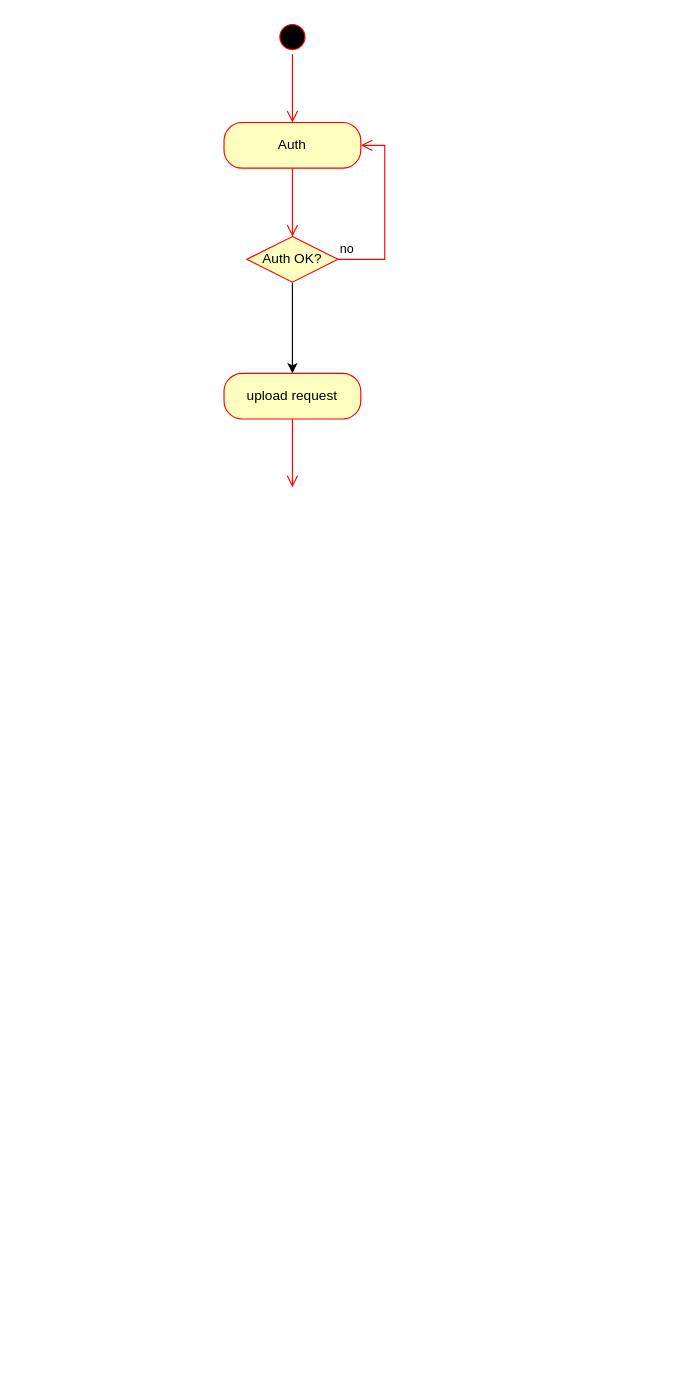
This is page "Загрузка" (3 of 3) of DA-API.drawio from ansamoylenko/da-api, a draw.io file, before an edit. Source tidied: cells renumbered, new cells numbered last; positions are measured from the earlier drawing's top-left corner, leaving out a move shared by most shapes. Both pictures are drawn from the tidied source at 114%, with x=0, y=0 at pixel (223, 19).
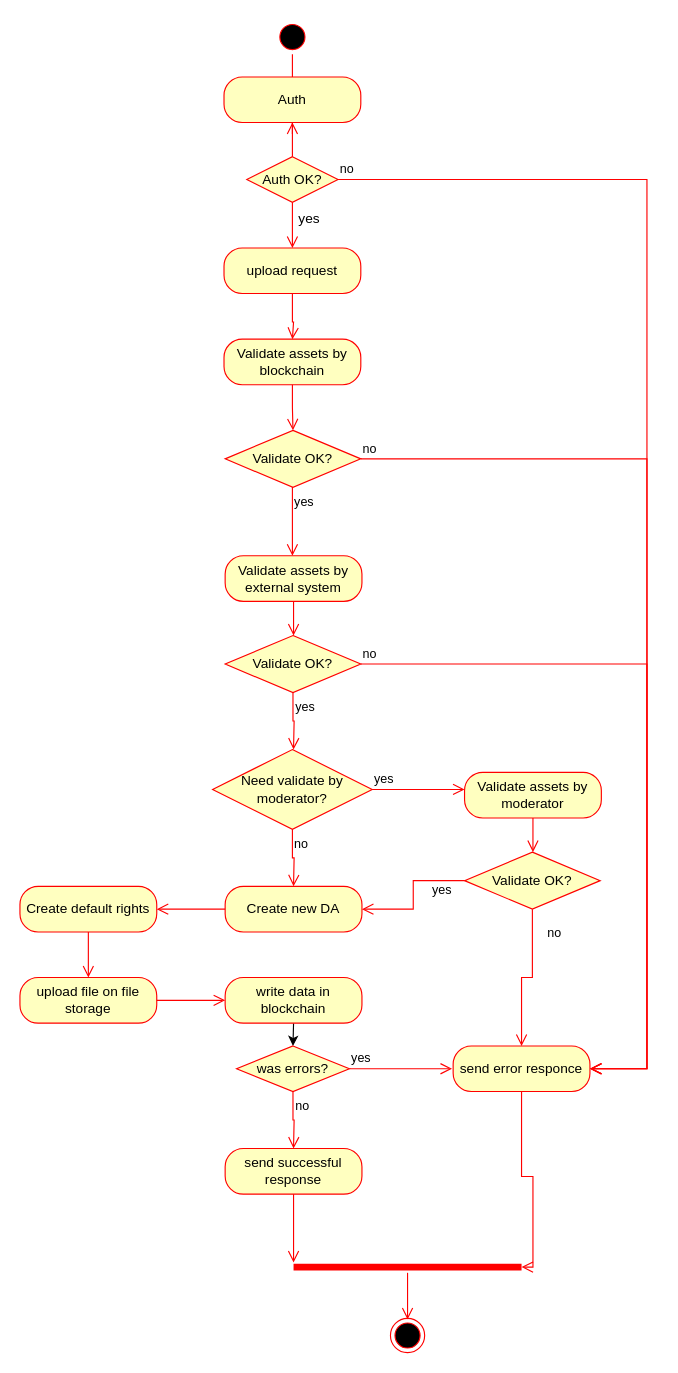
Above is the later version.

Unchanged cells that the change refers to:
```xml
<mxCell id="2" style="ellipse;html=1;shape=startState;fillColor=#000000;strokeColor=#ff0000;" parent="1" vertex="1">
  <mxGeometry x="45" width="30" height="30" as="geometry" />
</mxCell>
```

Change to the diagram source:
```diff
@@
-    <mxCell id="3" style="edgeStyle=orthogonalEdgeStyle;html=1;verticalAlign=bottom;endArrow=open;endSize=8;strokeColor=#ff0000;rounded=0;" parent="1" edge="1" source="2">
+    <mxCell id="3" style="edgeStyle=orthogonalEdgeStyle;html=1;verticalAlign=bottom;endArrow=open;endSize=8;strokeColor=#ff0000;rounded=0;startArrow=none;" parent="1" edge="1" source="4">
       <mxGeometry relative="1" as="geometry">
         <mxPoint x="60" y="90" as="targetPoint" />
       </mxGeometry>
     </mxCell>
-    <mxCell id="4" value="Auth" style="rounded=1;whiteSpace=wrap;html=1;arcSize=40;fontColor=#000000;fillColor=#ffffc0;strokeColor=#ff0000;" parent="1" vertex="1">
-      <mxGeometry y="90" width="120" height="40" as="geometry" />
-    </mxCell>
-    <mxCell id="5" style="edgeStyle=orthogonalEdgeStyle;html=1;verticalAlign=bottom;endArrow=open;endSize=8;strokeColor=#ff0000;rounded=0;" parent="1" edge="1" source="4">
-      <mxGeometry relative="1" as="geometry">
-        <mxPoint x="60" y="190" as="targetPoint" />
-      </mxGeometry>
+    <mxCell id="5" style="edgeStyle=orthogonalEdgeStyle;html=1;verticalAlign=bottom;endArrow=open;endSize=8;strokeColor=#ff0000;rounded=0;startArrow=none;entryX=0.5;entryY=0;entryDx=0;entryDy=0;" parent="1" edge="1" source="7" target="9">
+      <mxGeometry relative="1" as="geometry" />
     </mxCell>
-    <mxCell id="6" style="edgeStyle=orthogonalEdgeStyle;rounded=0;jettySize=auto;html=1;entryX=0.5;entryY=0;entryDx=0;entryDy=0;" parent="1" edge="1" source="7" target="9">
-      <mxGeometry relative="1" as="geometry" />
-    </mxCell>
-    <mxCell id="7" value="Auth OK?" style="rhombus;whiteSpace=wrap;html=1;fillColor=#ffffc0;strokeColor=#ff0000;" parent="1" vertex="1">
-      <mxGeometry x="20" y="190" width="80" height="40" as="geometry" />
-    </mxCell>
-    <mxCell id="8" value="no" style="edgeStyle=orthogonalEdgeStyle;html=1;align=left;verticalAlign=bottom;endArrow=open;endSize=8;strokeColor=#ff0000;rounded=0;entryX=1;entryY=0.5;entryDx=0;entryDy=0;" parent="1" edge="1" source="7" target="4">
+    <mxCell id="8" value="no" style="edgeStyle=orthogonalEdgeStyle;html=1;align=left;verticalAlign=bottom;endArrow=open;endSize=8;strokeColor=#ff0000;rounded=0;entryX=1;entryY=0.5;entryDx=0;entryDy=0;" parent="1" edge="1" source="7" target="45">
       <mxGeometry x="-1" relative="1" as="geometry">
         <Array as="points">
-          <mxPoint x="141" y="210" />
-          <mxPoint x="141" y="110" />
+          <mxPoint x="371" y="140" />
+          <mxPoint x="371" y="920" />
         </Array>
       </mxGeometry>
     </mxCell>
     <mxCell id="9" value="upload request" style="rounded=1;whiteSpace=wrap;html=1;arcSize=40;fontColor=#000000;fillColor=#ffffc0;strokeColor=#ff0000;" parent="1" vertex="1">
-      <mxGeometry y="310" width="120" height="40" as="geometry" />
+      <mxGeometry y="200" width="120" height="40" as="geometry" />
     </mxCell>
-    <mxCell id="10" style="edgeStyle=orthogonalEdgeStyle;html=1;verticalAlign=bottom;endArrow=open;endSize=8;strokeColor=#ff0000;rounded=0;" parent="1" edge="1" source="9">
+    <mxCell id="10" style="edgeStyle=orthogonalEdgeStyle;html=1;verticalAlign=bottom;endArrow=open;endSize=8;strokeColor=#ff0000;rounded=0;entryX=0.5;entryY=0;entryDx=0;entryDy=0;" parent="1" edge="1" source="9" target="17">
       <mxGeometry relative="1" as="geometry">
-        <mxPoint x="60" y="410" as="targetPoint" />
+        <Array as="points">
+          <mxPoint x="60" y="265" />
+          <mxPoint x="61" y="265" />
+        </Array>
       </mxGeometry>
     </mxCell>
+    <mxCell id="4" value="Auth" style="rounded=1;whiteSpace=wrap;html=1;arcSize=40;fontColor=#000000;fillColor=#ffffc0;strokeColor=#ff0000;" parent="1" vertex="1">
+      <mxGeometry y="50" width="120" height="40" as="geometry" />
+    </mxCell>
+    <mxCell id="11" style="edgeStyle=orthogonalEdgeStyle;html=1;verticalAlign=bottom;endArrow=none;endSize=8;strokeColor=#ff0000;rounded=0;" parent="1" edge="1" source="2" target="4">
+      <mxGeometry relative="1" as="geometry" />
+    </mxCell>
+    <mxCell id="7" value="Auth OK?" style="rhombus;whiteSpace=wrap;html=1;fillColor=#ffffc0;strokeColor=#ff0000;" parent="1" vertex="1">
+      <mxGeometry x="20" y="120" width="80" height="40" as="geometry" />
+    </mxCell>
+    <mxCell id="12" style="edgeStyle=orthogonalEdgeStyle;html=1;verticalAlign=bottom;endArrow=none;endSize=8;strokeColor=#ff0000;rounded=0;" parent="1" edge="1" source="4" target="7">
+      <mxGeometry relative="1" as="geometry" />
+    </mxCell>
+    <mxCell id="13" value="&lt;div&gt;yes&lt;/div&gt;" style="text;html=1;strokeColor=none;fillColor=none;align=center;verticalAlign=middle;whiteSpace=wrap;rounded=0;" parent="1" vertex="1">
+      <mxGeometry x="45" y="160" width="60" height="30" as="geometry" />
+    </mxCell>
+    <mxCell id="14" value="Validate OK?" style="rhombus;whiteSpace=wrap;html=1;fillColor=#ffffc0;strokeColor=#ff0000;" parent="1" vertex="1">
+      <mxGeometry x="1" y="360" width="119" height="50" as="geometry" />
+    </mxCell>
+    <mxCell id="15" value="no" style="edgeStyle=orthogonalEdgeStyle;html=1;align=left;verticalAlign=bottom;endArrow=open;endSize=8;strokeColor=#ff0000;rounded=0;entryX=1;entryY=0.5;entryDx=0;entryDy=0;" parent="1" edge="1" source="14" target="45">
+      <mxGeometry x="-1" relative="1" as="geometry">
+        <Array as="points">
+          <mxPoint x="371" y="385" />
+          <mxPoint x="371" y="920" />
+        </Array>
+      </mxGeometry>
+    </mxCell>
+    <mxCell id="16" value="yes" style="edgeStyle=orthogonalEdgeStyle;html=1;align=left;verticalAlign=top;endArrow=open;endSize=8;strokeColor=#ff0000;rounded=0;" parent="1" edge="1" source="14">
+      <mxGeometry x="-1" relative="1" as="geometry">
+        <mxPoint x="60" y="470" as="targetPoint" />
+      </mxGeometry>
+    </mxCell>
+    <mxCell id="17" value="Validate assets by blockchain" style="rounded=1;whiteSpace=wrap;html=1;arcSize=40;fontColor=#000000;fillColor=#ffffc0;strokeColor=#ff0000;" parent="1" vertex="1">
+      <mxGeometry y="280" width="120" height="40" as="geometry" />
+    </mxCell>
+    <mxCell id="18" style="edgeStyle=orthogonalEdgeStyle;html=1;verticalAlign=bottom;endArrow=open;endSize=8;strokeColor=#ff0000;rounded=0;" parent="1" edge="1" source="17" target="14">
+      <mxGeometry relative="1" as="geometry" />
+    </mxCell>
+    <mxCell id="19" value="Validate assets by external system" style="rounded=1;whiteSpace=wrap;html=1;arcSize=40;fontColor=#000000;fillColor=#ffffc0;strokeColor=#ff0000;" parent="1" vertex="1">
+      <mxGeometry x="1" y="470" width="120" height="40" as="geometry" />
+    </mxCell>
+    <mxCell id="20" style="edgeStyle=orthogonalEdgeStyle;html=1;verticalAlign=bottom;endArrow=open;endSize=8;strokeColor=#ff0000;rounded=0;" parent="1" edge="1" source="19">
+      <mxGeometry relative="1" as="geometry">
+        <mxPoint x="61" y="540" as="targetPoint" />
+      </mxGeometry>
+    </mxCell>
+    <mxCell id="21" value="Validate OK?" style="rhombus;whiteSpace=wrap;html=1;fillColor=#ffffc0;strokeColor=#ff0000;" parent="1" vertex="1">
+      <mxGeometry x="1" y="540" width="119" height="50" as="geometry" />
+    </mxCell>
+    <mxCell id="22" value="no" style="edgeStyle=orthogonalEdgeStyle;html=1;align=left;verticalAlign=bottom;endArrow=open;endSize=8;strokeColor=#ff0000;rounded=0;entryX=1;entryY=0.5;entryDx=0;entryDy=0;" parent="1" edge="1" source="21" target="45">
+      <mxGeometry x="-1" relative="1" as="geometry">
+        <Array as="points">
+          <mxPoint x="371" y="565" />
+          <mxPoint x="371" y="920" />
+        </Array>
+      </mxGeometry>
+    </mxCell>
+    <mxCell id="23" value="yes" style="edgeStyle=orthogonalEdgeStyle;html=1;align=left;verticalAlign=top;endArrow=open;endSize=8;strokeColor=#ff0000;rounded=0;" parent="1" edge="1" source="21">
+      <mxGeometry x="-1" relative="1" as="geometry">
+        <mxPoint x="61" y="640" as="targetPoint" />
+      </mxGeometry>
+    </mxCell>
+    <mxCell id="24" value="Need validate by moderator?" style="rhombus;whiteSpace=wrap;html=1;fillColor=#ffffc0;strokeColor=#ff0000;" parent="1" vertex="1">
+      <mxGeometry x="-10" y="640" width="140" height="70" as="geometry" />
+    </mxCell>
+    <mxCell id="25" value="yes" style="edgeStyle=orthogonalEdgeStyle;html=1;align=left;verticalAlign=bottom;endArrow=open;endSize=8;strokeColor=#ff0000;rounded=0;" parent="1" edge="1" source="24">
+      <mxGeometry x="-1" relative="1" as="geometry">
+        <mxPoint x="211" y="675" as="targetPoint" />
+      </mxGeometry>
+    </mxCell>
+    <mxCell id="26" value="no" style="edgeStyle=orthogonalEdgeStyle;html=1;align=left;verticalAlign=top;endArrow=open;endSize=8;strokeColor=#ff0000;rounded=0;" parent="1" edge="1" source="24">
+      <mxGeometry x="-1" relative="1" as="geometry">
+        <mxPoint x="61" y="760" as="targetPoint" />
+      </mxGeometry>
+    </mxCell>
+    <mxCell id="27" value="Validate assets by moderator" style="rounded=1;whiteSpace=wrap;html=1;arcSize=40;fontColor=#000000;fillColor=#ffffc0;strokeColor=#ff0000;" parent="1" vertex="1">
+      <mxGeometry x="211" y="660" width="120" height="40" as="geometry" />
+    </mxCell>
+    <mxCell id="28" style="edgeStyle=orthogonalEdgeStyle;html=1;verticalAlign=bottom;endArrow=open;endSize=8;strokeColor=#ff0000;rounded=0;" parent="1" edge="1" source="27">
+      <mxGeometry relative="1" as="geometry">
+        <mxPoint x="271" y="730" as="targetPoint" />
+      </mxGeometry>
+    </mxCell>
+    <mxCell id="29" value="Validate OK?" style="rhombus;whiteSpace=wrap;html=1;fillColor=#ffffc0;strokeColor=#ff0000;" parent="1" vertex="1">
+      <mxGeometry x="211" y="730" width="119" height="50" as="geometry" />
+    </mxCell>
+    <mxCell id="30" value="no" style="edgeStyle=orthogonalEdgeStyle;html=1;align=left;verticalAlign=bottom;endArrow=open;endSize=8;strokeColor=#ff0000;rounded=0;entryX=0.5;entryY=0;entryDx=0;entryDy=0;" parent="1" edge="1" source="29" target="45">
+      <mxGeometry x="-0.54" y="11" relative="1" as="geometry" />
+    </mxCell>
+    <mxCell id="31" value="yes" style="edgeStyle=orthogonalEdgeStyle;html=1;align=left;verticalAlign=top;endArrow=open;endSize=8;strokeColor=#ff0000;rounded=0;entryX=1;entryY=0.5;entryDx=0;entryDy=0;" parent="1" edge="1" source="29" target="32">
+      <mxGeometry x="-0.48" y="-5" relative="1" as="geometry" />
+    </mxCell>
+    <mxCell id="32" value="Create new DA" style="rounded=1;whiteSpace=wrap;html=1;arcSize=40;fontColor=#000000;fillColor=#ffffc0;strokeColor=#ff0000;" parent="1" vertex="1">
+      <mxGeometry x="1" y="760" width="120" height="40" as="geometry" />
+    </mxCell>
+    <mxCell id="33" style="edgeStyle=orthogonalEdgeStyle;html=1;verticalAlign=bottom;endArrow=open;endSize=8;strokeColor=#ff0000;rounded=0;entryX=1;entryY=0.5;entryDx=0;entryDy=0;" parent="1" edge="1" source="32" target="34">
+      <mxGeometry relative="1" as="geometry" />
+    </mxCell>
+    <mxCell id="34" value="Create default &lt;span class=&quot;VIiyi&quot; lang=&quot;en&quot;&gt;&lt;span class=&quot;JLqJ4b ChMk0b&quot;&gt;&lt;span class=&quot;Q4iAWc&quot;&gt;rights&lt;/span&gt;&lt;/span&gt;&lt;/span&gt;" style="rounded=1;whiteSpace=wrap;html=1;arcSize=40;fontColor=#000000;fillColor=#ffffc0;strokeColor=#ff0000;" parent="1" vertex="1">
+      <mxGeometry x="-179" y="760" width="120" height="40" as="geometry" />
+    </mxCell>
+    <mxCell id="35" style="edgeStyle=orthogonalEdgeStyle;html=1;verticalAlign=bottom;endArrow=open;endSize=8;strokeColor=#ff0000;rounded=0;" parent="1" edge="1" source="34">
+      <mxGeometry relative="1" as="geometry">
+        <mxPoint x="-119" y="840" as="targetPoint" />
+      </mxGeometry>
+    </mxCell>
+    <mxCell id="36" value="upload file on file storage" style="rounded=1;whiteSpace=wrap;html=1;arcSize=40;fontColor=#000000;fillColor=#ffffc0;strokeColor=#ff0000;" parent="1" vertex="1">
+      <mxGeometry x="-179" y="840" width="120" height="40" as="geometry" />
+    </mxCell>
+    <mxCell id="37" style="edgeStyle=orthogonalEdgeStyle;html=1;verticalAlign=bottom;endArrow=open;endSize=8;strokeColor=#ff0000;rounded=0;" parent="1" edge="1" source="36" target="39">
+      <mxGeometry relative="1" as="geometry" />
+    </mxCell>
+    <mxCell id="38" style="edgeStyle=orthogonalEdgeStyle;rounded=0;jettySize=auto;html=1;exitX=0.5;exitY=1;exitDx=0;exitDy=0;entryX=0.5;entryY=0;entryDx=0;entryDy=0;" parent="1" edge="1" source="39" target="40">
+      <mxGeometry relative="1" as="geometry" />
+    </mxCell>
+    <mxCell id="39" value="write data in blockchain" style="rounded=1;whiteSpace=wrap;html=1;arcSize=40;fontColor=#000000;fillColor=#ffffc0;strokeColor=#ff0000;" parent="1" vertex="1">
+      <mxGeometry x="1" y="840" width="120" height="40" as="geometry" />
+    </mxCell>
+    <mxCell id="40" value="was errors?" style="rhombus;whiteSpace=wrap;html=1;fillColor=#ffffc0;strokeColor=#ff0000;" parent="1" vertex="1">
+      <mxGeometry x="11" y="900" width="99" height="40" as="geometry" />
+    </mxCell>
+    <mxCell id="41" value="yes" style="edgeStyle=orthogonalEdgeStyle;html=1;align=left;verticalAlign=bottom;endArrow=open;endSize=8;strokeColor=#ff0000;rounded=0;" parent="1" edge="1" source="40">
+      <mxGeometry x="-1" relative="1" as="geometry">
+        <mxPoint x="200" y="920" as="targetPoint" />
+      </mxGeometry>
+    </mxCell>
+    <mxCell id="42" value="no" style="edgeStyle=orthogonalEdgeStyle;html=1;align=left;verticalAlign=top;endArrow=open;endSize=8;strokeColor=#ff0000;rounded=0;" parent="1" edge="1" source="40">
+      <mxGeometry x="-1" relative="1" as="geometry">
+        <mxPoint x="61" y="990" as="targetPoint" />
+      </mxGeometry>
+    </mxCell>
+    <mxCell id="43" value="send successful response" style="rounded=1;whiteSpace=wrap;html=1;arcSize=40;fontColor=#000000;fillColor=#ffffc0;strokeColor=#ff0000;" parent="1" vertex="1">
+      <mxGeometry x="1" y="990" width="120" height="40" as="geometry" />
+    </mxCell>
+    <mxCell id="44" style="edgeStyle=orthogonalEdgeStyle;html=1;verticalAlign=bottom;endArrow=open;endSize=8;strokeColor=#ff0000;rounded=0;" parent="1" edge="1" source="43">
+      <mxGeometry relative="1" as="geometry">
+        <mxPoint x="61" y="1090" as="targetPoint" />
+      </mxGeometry>
+    </mxCell>
+    <mxCell id="45" value="send error responce" style="rounded=1;whiteSpace=wrap;html=1;arcSize=40;fontColor=#000000;fillColor=#ffffc0;strokeColor=#ff0000;" parent="1" vertex="1">
+      <mxGeometry x="201" y="900" width="120" height="40" as="geometry" />
+    </mxCell>
+    <mxCell id="46" style="edgeStyle=orthogonalEdgeStyle;html=1;verticalAlign=bottom;endArrow=open;endSize=8;strokeColor=#ff0000;rounded=0;entryX=1;entryY=0.5;entryDx=0;entryDy=0;entryPerimeter=0;" parent="1" edge="1" source="45" target="47">
+      <mxGeometry relative="1" as="geometry" />
+    </mxCell>
+    <mxCell id="47" style="shape=line;html=1;strokeWidth=6;strokeColor=#ff0000;" parent="1" vertex="1">
+      <mxGeometry x="61" y="1089" width="200" height="10" as="geometry" />
+    </mxCell>
+    <mxCell id="48" style="edgeStyle=orthogonalEdgeStyle;html=1;verticalAlign=bottom;endArrow=open;endSize=8;strokeColor=#ff0000;rounded=0;" parent="1" edge="1" source="47">
+      <mxGeometry relative="1" as="geometry">
+        <mxPoint x="161" y="1140" as="targetPoint" />
+      </mxGeometry>
+    </mxCell>
+    <mxCell id="49" style="ellipse;html=1;shape=endState;fillColor=#000000;strokeColor=#ff0000;" parent="1" vertex="1">
+      <mxGeometry x="146" y="1139" width="30" height="30" as="geometry" />
+    </mxCell>
```
